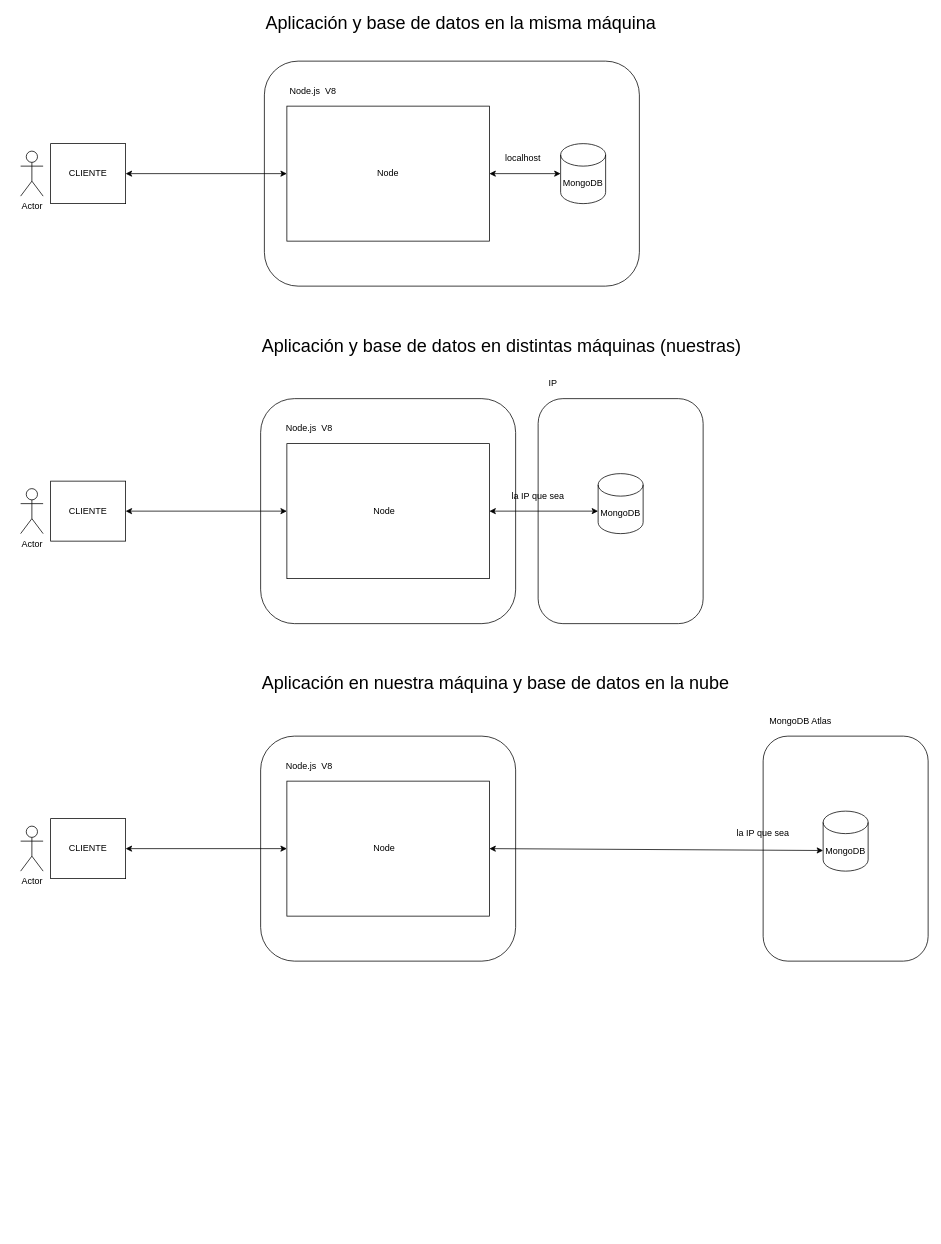
This is page "21_MongoDB Atlas" (24 of 64) of Dibujillos.drawio from lrag/MEAN_2021, a draw.io file, before an edit. Source tidied: cells renumbered, new cells numbered last; positions are measured from the earlier drawing's top-left corner, leaving out a move shared by most shapes. Both pictures are drawn from the tidied source at 75%, with x=0, y=0 at pixel (20, 16).
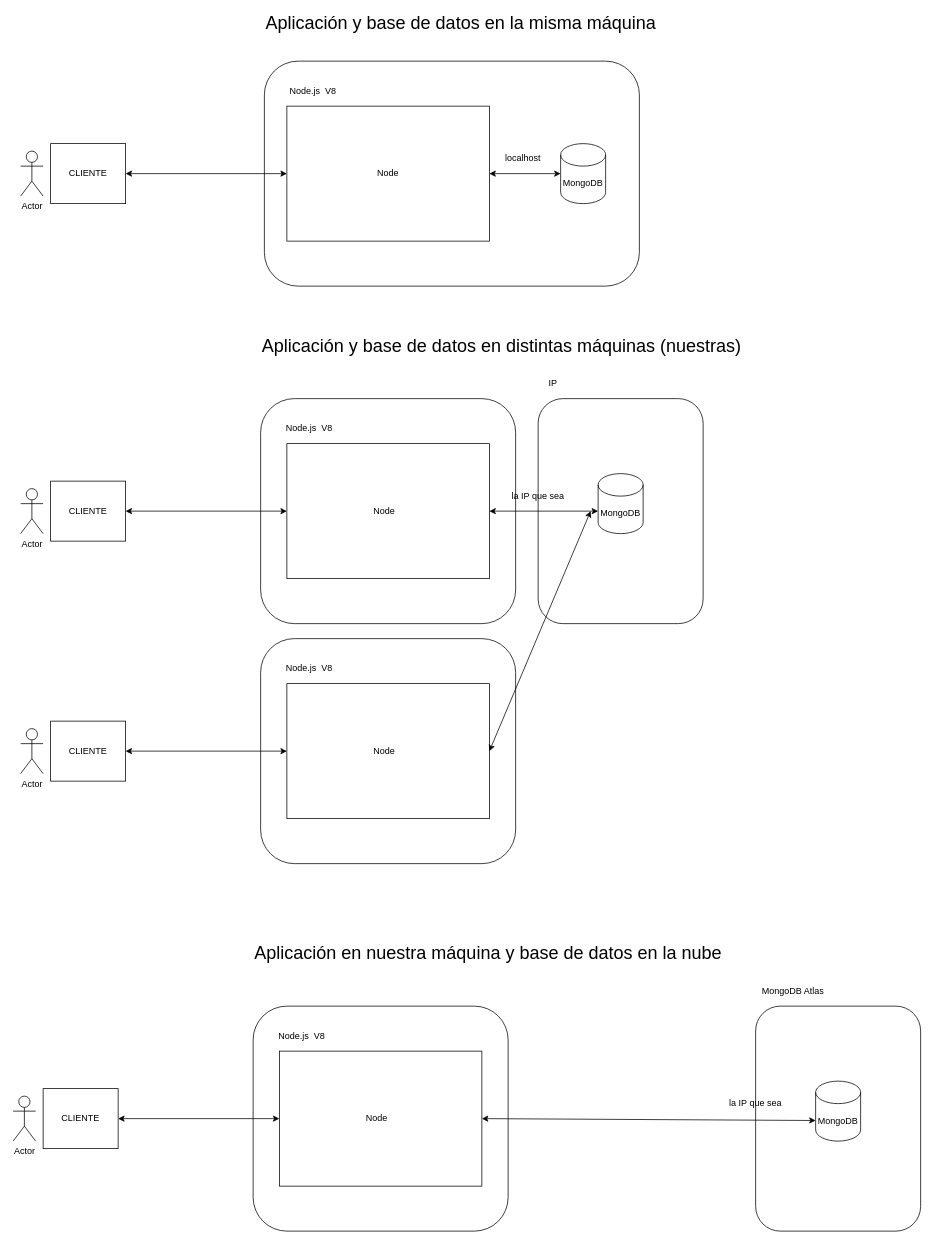
The same diagram, later.

Diff of the diagram source:
```diff
@@
     <mxCell id="2" style="rounded=1;whiteSpace=wrap;html=1;fillColor=none;" parent="1" vertex="1">
-      <mxGeometry x="990" y="960" width="220" height="300" as="geometry" />
+      <mxGeometry x="980" y="1320" width="220" height="300" as="geometry" />
     </mxCell>
@@
     <mxCell id="21" style="rounded=1;whiteSpace=wrap;html=1;fillColor=none;" parent="1" vertex="1">
-      <mxGeometry x="320" y="960" width="340" height="300" as="geometry" />
+      <mxGeometry x="310" y="1320" width="340" height="300" as="geometry" />
     </mxCell>
     <mxCell id="22" style="rounded=0;whiteSpace=wrap;html=1;fillColor=none;" parent="1" vertex="1">
-      <mxGeometry x="355" y="1020" width="270" height="180" as="geometry" />
+      <mxGeometry x="345" y="1380" width="270" height="180" as="geometry" />
     </mxCell>
     <mxCell id="23" value="Node" style="text;html=1;strokeColor=none;fillColor=none;align=center;verticalAlign=middle;whiteSpace=wrap;rounded=0;" parent="1" vertex="1">
-      <mxGeometry x="465" y="1100" width="40" height="20" as="geometry" />
+      <mxGeometry x="455" y="1460" width="40" height="20" as="geometry" />
     </mxCell>
     <mxCell id="24" value="Node.js&amp;nbsp; V8" style="text;html=1;strokeColor=none;fillColor=none;align=center;verticalAlign=middle;whiteSpace=wrap;rounded=0;" parent="1" vertex="1">
-      <mxGeometry x="350" y="990" width="70" height="20" as="geometry" />
+      <mxGeometry x="340" y="1350" width="70" height="20" as="geometry" />
     </mxCell>
     <mxCell id="25" value="MongoDB" style="shape=cylinder3;whiteSpace=wrap;html=1;boundedLbl=1;backgroundOutline=1;size=15;fillColor=none;" parent="1" vertex="1">
-      <mxGeometry x="1070" y="1060" width="60" height="80" as="geometry" />
+      <mxGeometry x="1060" y="1420" width="60" height="80" as="geometry" />
     </mxCell>
     <mxCell id="26" value="&lt;font style=&quot;font-size: 24px&quot;&gt;Aplicación en nuestra máquina y base de datos en la nube&lt;/font&gt;" style="text;html=1;strokeColor=none;fillColor=none;align=left;verticalAlign=middle;whiteSpace=wrap;rounded=0;" parent="1" vertex="1">
-      <mxGeometry x="320" y="880" width="700" height="20" as="geometry" />
+      <mxGeometry x="310" y="1240" width="700" height="20" as="geometry" />
     </mxCell>
@@
     <mxCell id="28" value="la IP que sea" style="text;html=1;strokeColor=none;fillColor=none;align=center;verticalAlign=middle;whiteSpace=wrap;rounded=0;" parent="1" vertex="1">
-      <mxGeometry x="950" y="1080" width="80" height="20" as="geometry" />
+      <mxGeometry x="940" y="1440" width="80" height="20" as="geometry" />
     </mxCell>
     <mxCell id="29" value="MongoDB Atlas" style="text;html=1;strokeColor=none;fillColor=none;align=center;verticalAlign=middle;whiteSpace=wrap;rounded=0;" parent="1" vertex="1">
-      <mxGeometry x="990" y="930" width="100" height="20" as="geometry" />
+      <mxGeometry x="980" y="1290" width="100" height="20" as="geometry" />
     </mxCell>
@@
     <mxCell id="33" value="CLIENTE" style="rounded=0;whiteSpace=wrap;html=1;fillColor=none;" parent="1" vertex="1">
-      <mxGeometry x="40" y="1070" width="100" height="80" as="geometry" />
+      <mxGeometry x="30" y="1430" width="100" height="80" as="geometry" />
     </mxCell>
     <mxCell id="34" style="endArrow=classic;startArrow=classic;html=1;strokeWidth=1;exitX=1;exitY=0.5;exitDx=0;exitDy=0;" parent="1" edge="1" source="33">
       <mxGeometry relative="1" as="geometry">
-        <mxPoint x="355" y="1110" as="targetPoint" />
+        <mxPoint x="345" y="1470" as="targetPoint" />
       </mxGeometry>
     </mxCell>
     <mxCell id="35" value="Actor" style="shape=umlActor;verticalLabelPosition=bottom;verticalAlign=top;html=1;fillColor=none;" parent="1" vertex="1">
-      <mxGeometry y="1080" width="30" height="60" as="geometry" />
+      <mxGeometry x="-10" y="1440" width="30" height="60" as="geometry" />
     </mxCell>
@@
+    <mxCell id="39" style="rounded=1;whiteSpace=wrap;html=1;fillColor=none;" parent="1" vertex="1">
+      <mxGeometry x="320" y="830" width="340" height="300" as="geometry" />
+    </mxCell>
+    <mxCell id="40" style="rounded=0;whiteSpace=wrap;html=1;fillColor=none;" parent="1" vertex="1">
+      <mxGeometry x="355" y="890" width="270" height="180" as="geometry" />
+    </mxCell>
+    <mxCell id="41" value="Node" style="text;html=1;strokeColor=none;fillColor=none;align=center;verticalAlign=middle;whiteSpace=wrap;rounded=0;" parent="1" vertex="1">
+      <mxGeometry x="465" y="970" width="40" height="20" as="geometry" />
+    </mxCell>
+    <mxCell id="42" value="Node.js&amp;nbsp; V8" style="text;html=1;strokeColor=none;fillColor=none;align=center;verticalAlign=middle;whiteSpace=wrap;rounded=0;" parent="1" vertex="1">
+      <mxGeometry x="350" y="860" width="70" height="20" as="geometry" />
+    </mxCell>
+    <mxCell id="43" value="CLIENTE" style="rounded=0;whiteSpace=wrap;html=1;fillColor=none;" parent="1" vertex="1">
+      <mxGeometry x="40" y="940" width="100" height="80" as="geometry" />
+    </mxCell>
+    <mxCell id="44" style="endArrow=classic;startArrow=classic;html=1;strokeWidth=1;exitX=1;exitY=0.5;exitDx=0;exitDy=0;" parent="1" edge="1" source="43" target="40">
+      <mxGeometry relative="1" as="geometry" />
+    </mxCell>
+    <mxCell id="45" value="Actor" style="shape=umlActor;verticalLabelPosition=bottom;verticalAlign=top;html=1;fillColor=none;" parent="1" vertex="1">
+      <mxGeometry y="950" width="30" height="60" as="geometry" />
+    </mxCell>
+    <mxCell id="46" style="endArrow=classic;startArrow=classic;html=1;exitX=1;exitY=0.5;exitDx=0;exitDy=0;" parent="1" edge="1" source="40">
+      <mxGeometry relative="1" as="geometry">
+        <mxPoint x="760" y="660" as="targetPoint" />
+      </mxGeometry>
+    </mxCell>
```
